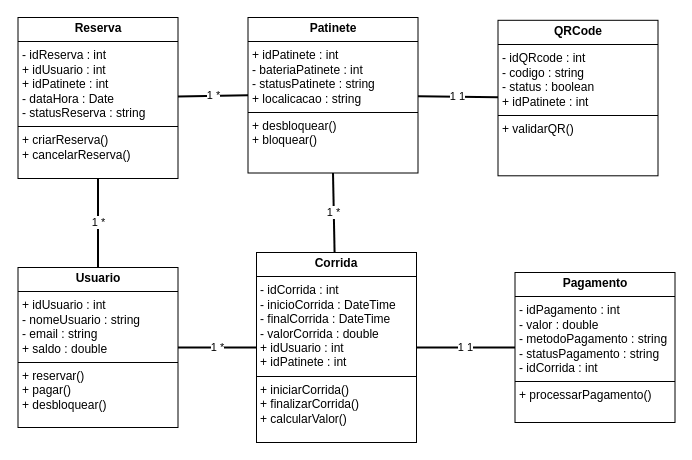
Earlier version of the draw.io diagram page "Página-1" (1 of 3) of Diagrama de Classes.drawio (BrunoChabaribery/analise_modelagem_sistemas). Source tidied: cells renumbered, new cells numbered last; positions are measured from the earlier drawing's top-left corner, leaving out a move shared by most shapes. Both pictures are drawn from the tidied source at 100%, with x=0, y=0 at pixel (18, 17).
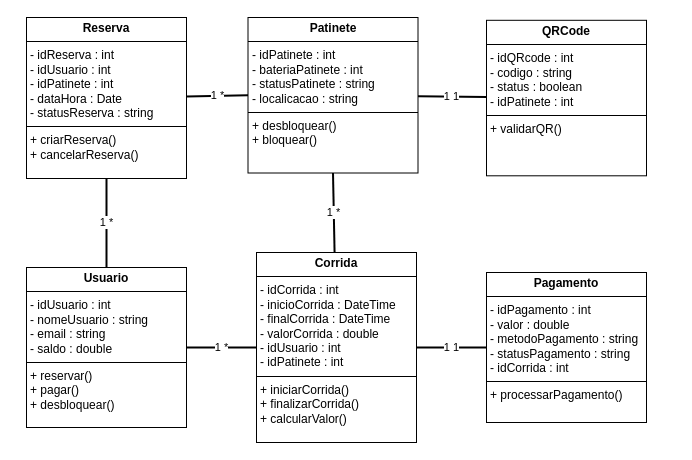
Above is the later version.

What changed in the source:
```diff
@@
 <mxGraphModel>
   <root>
     <mxCell id="0" />
     <mxCell id="1" parent="0" />
     <mxCell id="2" value="1        *" style="endArrow=none;html=1;strokeWidth=2;" parent="1" edge="1" source="11" target="8">
       <mxGeometry relative="1" as="geometry" />
     </mxCell>
     <mxCell id="3" value="1        *" style="endArrow=none;html=1;strokeWidth=2;exitX=1;exitY=0.5;exitDx=0;exitDy=0;" parent="1" edge="1" source="11" target="12">
       <mxGeometry relative="1" as="geometry" />
     </mxCell>
     <mxCell id="4" value="1        *" style="endArrow=none;html=1;strokeWidth=2;exitX=0;exitY=0.5;exitDx=0;exitDy=0;" parent="1" edge="1" source="9" target="8">
       <mxGeometry relative="1" as="geometry" />
     </mxCell>
     <mxCell id="5" value="1        *" style="endArrow=none;html=1;strokeWidth=2;exitX=0.5;exitY=1;exitDx=0;exitDy=0;" parent="1" edge="1" source="9" target="12">
       <mxGeometry relative="1" as="geometry" />
     </mxCell>
     <mxCell id="6" value="1        1" style="endArrow=none;html=1;strokeWidth=2;" parent="1" edge="1" source="12" target="13">
       <mxGeometry relative="1" as="geometry" />
     </mxCell>
     <mxCell id="7" value="1        1" style="endArrow=none;html=1;strokeWidth=2;" parent="1" edge="1" source="9" target="10">
       <mxGeometry relative="1" as="geometry" />
     </mxCell>
-    <mxCell id="8" value="&lt;p style=&quot;margin:0px;margin-top:4px;text-align:center;&quot;&gt;&lt;b&gt;Reserva&lt;/b&gt;&lt;/p&gt;&lt;hr size=&quot;1&quot; style=&quot;border-style:solid;&quot;&gt;&lt;p style=&quot;margin:0px;margin-left:4px;&quot;&gt;- idReserva : int&lt;/p&gt;&lt;p style=&quot;margin:0px;margin-left:4px;&quot;&gt;+ idUsuario : int&lt;/p&gt;&lt;p style=&quot;margin:0px;margin-left:4px;&quot;&gt;+ idPatinete : int&lt;/p&gt;&lt;p style=&quot;margin:0px;margin-left:4px;&quot;&gt;- dataHora : Date&lt;/p&gt;&lt;p style=&quot;margin:0px;margin-left:4px;&quot;&gt;- statusReserva : string&lt;/p&gt;&lt;hr size=&quot;1&quot; style=&quot;border-style:solid;&quot;&gt;&lt;p style=&quot;margin:0px;margin-left:4px;&quot;&gt;+ criarReserva()&lt;/p&gt;&lt;p style=&quot;margin:0px;margin-left:4px;&quot;&gt;+ cancelarReserva()&lt;/p&gt;" style="verticalAlign=top;align=left;overflow=fill;html=1;whiteSpace=wrap;" parent="1" vertex="1">
-      <mxGeometry x="-0.5" width="160" height="161" as="geometry" />
+    <mxCell id="8" value="&lt;p style=&quot;margin:0px;margin-top:4px;text-align:center;&quot;&gt;&lt;b&gt;Reserva&lt;/b&gt;&lt;/p&gt;&lt;hr size=&quot;1&quot; style=&quot;border-style:solid;&quot;&gt;&lt;p style=&quot;margin:0px;margin-left:4px;&quot;&gt;- idReserva : int&lt;/p&gt;&lt;p style=&quot;margin:0px;margin-left:4px;&quot;&gt;- idUsuario : int&lt;/p&gt;&lt;p style=&quot;margin:0px;margin-left:4px;&quot;&gt;- idPatinete : int&lt;/p&gt;&lt;p style=&quot;margin:0px;margin-left:4px;&quot;&gt;- dataHora : Date&lt;/p&gt;&lt;p style=&quot;margin:0px;margin-left:4px;&quot;&gt;- statusReserva : string&lt;/p&gt;&lt;hr size=&quot;1&quot; style=&quot;border-style:solid;&quot;&gt;&lt;p style=&quot;margin:0px;margin-left:4px;&quot;&gt;+ criarReserva()&lt;/p&gt;&lt;p style=&quot;margin:0px;margin-left:4px;&quot;&gt;+ cancelarReserva()&lt;/p&gt;" style="verticalAlign=top;align=left;overflow=fill;html=1;whiteSpace=wrap;" parent="1" vertex="1">
+      <mxGeometry x="8" width="160" height="161" as="geometry" />
     </mxCell>
-    <mxCell id="9" value="&lt;p style=&quot;margin:0px;margin-top:4px;text-align:center;&quot;&gt;&lt;b&gt;Patinete&lt;/b&gt;&lt;/p&gt;&lt;hr size=&quot;1&quot; style=&quot;border-style:solid;&quot;&gt;&lt;p style=&quot;margin:0px;margin-left:4px;&quot;&gt;+ idPatinete : int&lt;/p&gt;&lt;p style=&quot;margin:0px;margin-left:4px;&quot;&gt;- bateriaPatinete : int&lt;/p&gt;&lt;p style=&quot;margin:0px;margin-left:4px;&quot;&gt;- statusPatinete : string&lt;/p&gt;&lt;p style=&quot;margin:0px;margin-left:4px;&quot;&gt;+ localicacao : string&lt;/p&gt;&lt;hr size=&quot;1&quot; style=&quot;border-style:solid;&quot;&gt;&lt;p style=&quot;margin:0px;margin-left:4px;&quot;&gt;+ desbloquear()&lt;/p&gt;&lt;p style=&quot;margin:0px;margin-left:4px;&quot;&gt;+ bloquear()&lt;/p&gt;" style="verticalAlign=top;align=left;overflow=fill;html=1;whiteSpace=wrap;" parent="1" vertex="1">
+    <mxCell id="9" value="&lt;p style=&quot;margin:0px;margin-top:4px;text-align:center;&quot;&gt;&lt;b&gt;Patinete&lt;/b&gt;&lt;/p&gt;&lt;hr size=&quot;1&quot; style=&quot;border-style:solid;&quot;&gt;&lt;p style=&quot;margin:0px;margin-left:4px;&quot;&gt;- idPatinete : int&lt;/p&gt;&lt;p style=&quot;margin:0px;margin-left:4px;&quot;&gt;- bateriaPatinete : int&lt;/p&gt;&lt;p style=&quot;margin:0px;margin-left:4px;&quot;&gt;- statusPatinete : string&lt;/p&gt;&lt;p style=&quot;margin:0px;margin-left:4px;&quot;&gt;- localicacao : string&lt;/p&gt;&lt;hr size=&quot;1&quot; style=&quot;border-style:solid;&quot;&gt;&lt;p style=&quot;margin:0px;margin-left:4px;&quot;&gt;+ desbloquear()&lt;/p&gt;&lt;p style=&quot;margin:0px;margin-left:4px;&quot;&gt;+ bloquear()&lt;/p&gt;" style="verticalAlign=top;align=left;overflow=fill;html=1;whiteSpace=wrap;" parent="1" vertex="1">
       <mxGeometry x="229.5" width="170" height="155.5" as="geometry" />
     </mxCell>
-    <mxCell id="10" value="&lt;p style=&quot;margin:0px;margin-top:4px;text-align:center;&quot;&gt;&lt;b&gt;QRCode&lt;/b&gt;&lt;/p&gt;&lt;hr size=&quot;1&quot; style=&quot;border-style:solid;&quot;&gt;&lt;p style=&quot;margin:0px;margin-left:4px;&quot;&gt;- idQRcode : int&lt;/p&gt;&lt;p style=&quot;margin:0px;margin-left:4px;&quot;&gt;- codigo : string&lt;/p&gt;&lt;p style=&quot;margin:0px;margin-left:4px;&quot;&gt;- status : boolean&lt;/p&gt;&lt;p style=&quot;margin:0px;margin-left:4px;&quot;&gt;+ idPatinete : int&lt;/p&gt;&lt;hr size=&quot;1&quot; style=&quot;border-style:solid;&quot;&gt;&lt;p style=&quot;margin:0px;margin-left:4px;&quot;&gt;+ validarQR()&lt;/p&gt;" style="verticalAlign=top;align=left;overflow=fill;html=1;whiteSpace=wrap;" parent="1" vertex="1">
-      <mxGeometry x="479.5" y="2.8" width="160" height="155.5" as="geometry" />
+    <mxCell id="10" value="&lt;p style=&quot;margin:0px;margin-top:4px;text-align:center;&quot;&gt;&lt;b&gt;QRCode&lt;/b&gt;&lt;/p&gt;&lt;hr size=&quot;1&quot; style=&quot;border-style:solid;&quot;&gt;&lt;p style=&quot;margin:0px;margin-left:4px;&quot;&gt;- idQRcode : int&lt;/p&gt;&lt;p style=&quot;margin:0px;margin-left:4px;&quot;&gt;- codigo : string&lt;/p&gt;&lt;p style=&quot;margin:0px;margin-left:4px;&quot;&gt;- status : boolean&lt;/p&gt;&lt;p style=&quot;margin:0px;margin-left:4px;&quot;&gt;- idPatinete : int&lt;/p&gt;&lt;hr size=&quot;1&quot; style=&quot;border-style:solid;&quot;&gt;&lt;p style=&quot;margin:0px;margin-left:4px;&quot;&gt;+ validarQR()&lt;/p&gt;" style="verticalAlign=top;align=left;overflow=fill;html=1;whiteSpace=wrap;" parent="1" vertex="1">
+      <mxGeometry x="468" y="2.8" width="160" height="155.5" as="geometry" />
     </mxCell>
-    <mxCell id="11" value="&lt;p style=&quot;margin:0px;margin-top:4px;text-align:center;&quot;&gt;&lt;b&gt;Usuario&lt;/b&gt;&lt;/p&gt;&lt;hr size=&quot;1&quot; style=&quot;border-style:solid;&quot;&gt;&lt;p style=&quot;margin:0px;margin-left:4px;&quot;&gt;+ idUsuario : int&lt;/p&gt;&lt;p style=&quot;margin:0px;margin-left:4px;&quot;&gt;- nomeUsuario : string&lt;/p&gt;&lt;p style=&quot;margin:0px;margin-left:4px;&quot;&gt;- email : string&lt;/p&gt;&lt;p style=&quot;margin:0px;margin-left:4px;&quot;&gt;+ saldo : double&lt;/p&gt;&lt;hr size=&quot;1&quot; style=&quot;border-style:solid;&quot;&gt;&lt;p style=&quot;margin:0px;margin-left:4px;&quot;&gt;+ reservar()&lt;/p&gt;&lt;p style=&quot;margin:0px;margin-left:4px;&quot;&gt;+ pagar()&lt;/p&gt;&lt;p style=&quot;margin:0px;margin-left:4px;&quot;&gt;+ desbloquear()&lt;/p&gt;" style="verticalAlign=top;align=left;overflow=fill;html=1;whiteSpace=wrap;" parent="1" vertex="1">
-      <mxGeometry x="-0.5" y="250" width="160" height="160" as="geometry" />
+    <mxCell id="11" value="&lt;p style=&quot;margin:0px;margin-top:4px;text-align:center;&quot;&gt;&lt;b&gt;Usuario&lt;/b&gt;&lt;/p&gt;&lt;hr size=&quot;1&quot; style=&quot;border-style:solid;&quot;&gt;&lt;p style=&quot;margin:0px;margin-left:4px;&quot;&gt;- idUsuario : int&lt;/p&gt;&lt;p style=&quot;margin:0px;margin-left:4px;&quot;&gt;- nomeUsuario : string&lt;/p&gt;&lt;p style=&quot;margin:0px;margin-left:4px;&quot;&gt;- email : string&lt;/p&gt;&lt;p style=&quot;margin:0px;margin-left:4px;&quot;&gt;- saldo : double&lt;/p&gt;&lt;hr size=&quot;1&quot; style=&quot;border-style:solid;&quot;&gt;&lt;p style=&quot;margin:0px;margin-left:4px;&quot;&gt;+ reservar()&lt;/p&gt;&lt;p style=&quot;margin:0px;margin-left:4px;&quot;&gt;+ pagar()&lt;/p&gt;&lt;p style=&quot;margin:0px;margin-left:4px;&quot;&gt;+ desbloquear()&lt;/p&gt;" style="verticalAlign=top;align=left;overflow=fill;html=1;whiteSpace=wrap;" parent="1" vertex="1">
+      <mxGeometry x="8" y="250" width="160" height="160" as="geometry" />
     </mxCell>
-    <mxCell id="12" value="&lt;p style=&quot;margin:0px;margin-top:4px;text-align:center;&quot;&gt;&lt;b&gt;Corrida&lt;/b&gt;&lt;/p&gt;&lt;hr size=&quot;1&quot; style=&quot;border-style:solid;&quot;&gt;&lt;p style=&quot;margin:0px;margin-left:4px;&quot;&gt;- idCorrida : int&lt;/p&gt;&lt;p style=&quot;margin:0px;margin-left:4px;&quot;&gt;- inicioCorrida : DateTime&lt;/p&gt;&lt;p style=&quot;margin:0px;margin-left:4px;&quot;&gt;- finalCorrida : DateTime&lt;/p&gt;&lt;p style=&quot;margin:0px;margin-left:4px;&quot;&gt;- valorCorrida : double&lt;/p&gt;&lt;p style=&quot;margin:0px;margin-left:4px;&quot;&gt;+ idUsuario : int&amp;nbsp;&lt;/p&gt;&lt;p style=&quot;margin:0px;margin-left:4px;&quot;&gt;+ idPatinete : int&lt;/p&gt;&lt;hr size=&quot;1&quot; style=&quot;border-style:solid;&quot;&gt;&lt;p style=&quot;margin:0px;margin-left:4px;&quot;&gt;+ iniciarCorrida()&lt;/p&gt;&lt;p style=&quot;margin:0px;margin-left:4px;&quot;&gt;+ finalizarCorrida()&lt;/p&gt;&lt;p style=&quot;margin:0px;margin-left:4px;&quot;&gt;+ calcularValor()&lt;/p&gt;" style="verticalAlign=top;align=left;overflow=fill;html=1;whiteSpace=wrap;" parent="1" vertex="1">
+    <mxCell id="12" value="&lt;p style=&quot;margin:0px;margin-top:4px;text-align:center;&quot;&gt;&lt;b&gt;Corrida&lt;/b&gt;&lt;/p&gt;&lt;hr size=&quot;1&quot; style=&quot;border-style:solid;&quot;&gt;&lt;p style=&quot;margin:0px;margin-left:4px;&quot;&gt;- idCorrida : int&lt;/p&gt;&lt;p style=&quot;margin:0px;margin-left:4px;&quot;&gt;- inicioCorrida : DateTime&lt;/p&gt;&lt;p style=&quot;margin:0px;margin-left:4px;&quot;&gt;- finalCorrida : DateTime&lt;/p&gt;&lt;p style=&quot;margin:0px;margin-left:4px;&quot;&gt;- valorCorrida : double&lt;/p&gt;&lt;p style=&quot;margin:0px;margin-left:4px;&quot;&gt;- idUsuario : int&amp;nbsp;&lt;/p&gt;&lt;p style=&quot;margin:0px;margin-left:4px;&quot;&gt;- idPatinete : int&lt;/p&gt;&lt;hr size=&quot;1&quot; style=&quot;border-style:solid;&quot;&gt;&lt;p style=&quot;margin:0px;margin-left:4px;&quot;&gt;+ iniciarCorrida()&lt;/p&gt;&lt;p style=&quot;margin:0px;margin-left:4px;&quot;&gt;+ finalizarCorrida()&lt;/p&gt;&lt;p style=&quot;margin:0px;margin-left:4px;&quot;&gt;+ calcularValor()&lt;/p&gt;" style="verticalAlign=top;align=left;overflow=fill;html=1;whiteSpace=wrap;" parent="1" vertex="1">
       <mxGeometry x="238" y="235" width="160" height="190" as="geometry" />
     </mxCell>
     <mxCell id="13" value="&lt;p style=&quot;margin:0px;margin-top:4px;text-align:center;&quot;&gt;&lt;b&gt;Pagamento&lt;/b&gt;&lt;/p&gt;&lt;hr size=&quot;1&quot; style=&quot;border-style:solid;&quot;&gt;&lt;p style=&quot;margin:0px;margin-left:4px;&quot;&gt;- idPagamento : int&lt;/p&gt;&lt;p style=&quot;margin:0px;margin-left:4px;&quot;&gt;- valor : double&lt;/p&gt;&lt;p style=&quot;margin:0px;margin-left:4px;&quot;&gt;- metodoPagamento : string&lt;/p&gt;&lt;p style=&quot;margin:0px;margin-left:4px;&quot;&gt;- statusPagamento : string&lt;/p&gt;&lt;p style=&quot;margin:0px;margin-left:4px;&quot;&gt;- idCorrida : int&lt;/p&gt;&lt;hr size=&quot;1&quot; style=&quot;border-style:solid;&quot;&gt;&lt;p style=&quot;margin:0px;margin-left:4px;&quot;&gt;+ processarPagamento()&lt;/p&gt;" style="verticalAlign=top;align=left;overflow=fill;html=1;whiteSpace=wrap;" parent="1" vertex="1">
-      <mxGeometry x="496.5" y="255" width="160" height="150" as="geometry" />
+      <mxGeometry x="468" y="255" width="160" height="150" as="geometry" />
     </mxCell>
   </root>
 </mxGraphModel>
```
